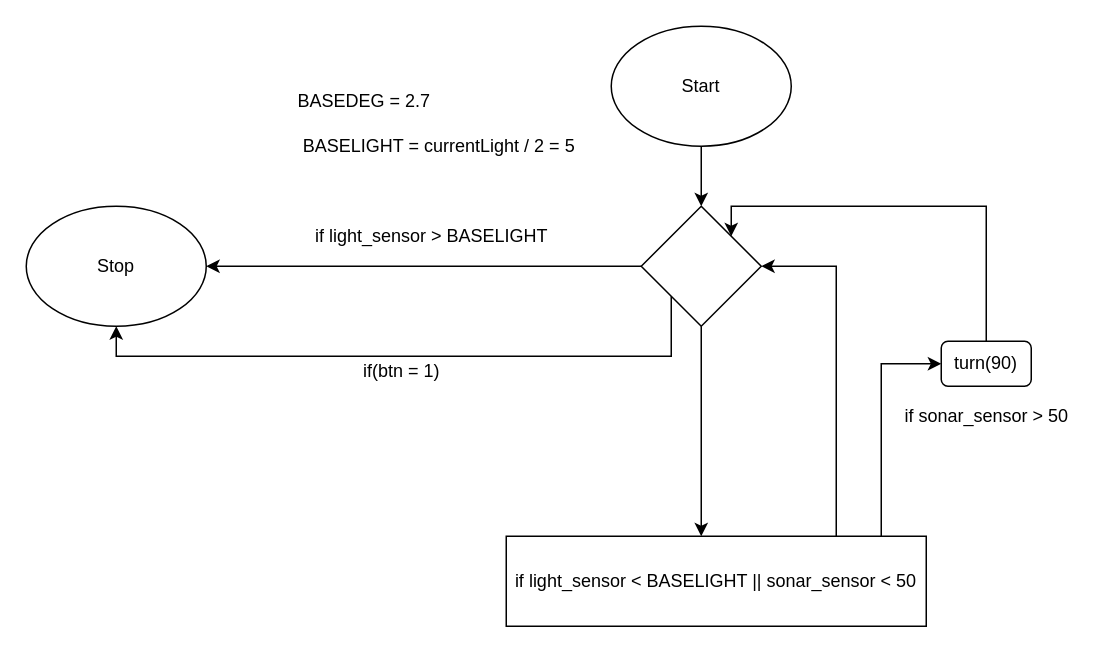
Davygod/ROBO2RG05AU-1 keeps this draw.io diagram as verkefni3/verkefni3.drawio. Above is the earlier version. Source tidied: cells renumbered, new cells numbered last; positions are measured from the earlier drawing's top-left corner, leaving out a move shared by most shapes. Both pictures are drawn from the tidied source at 150%, with x=0, y=0 at pixel (26, 26).
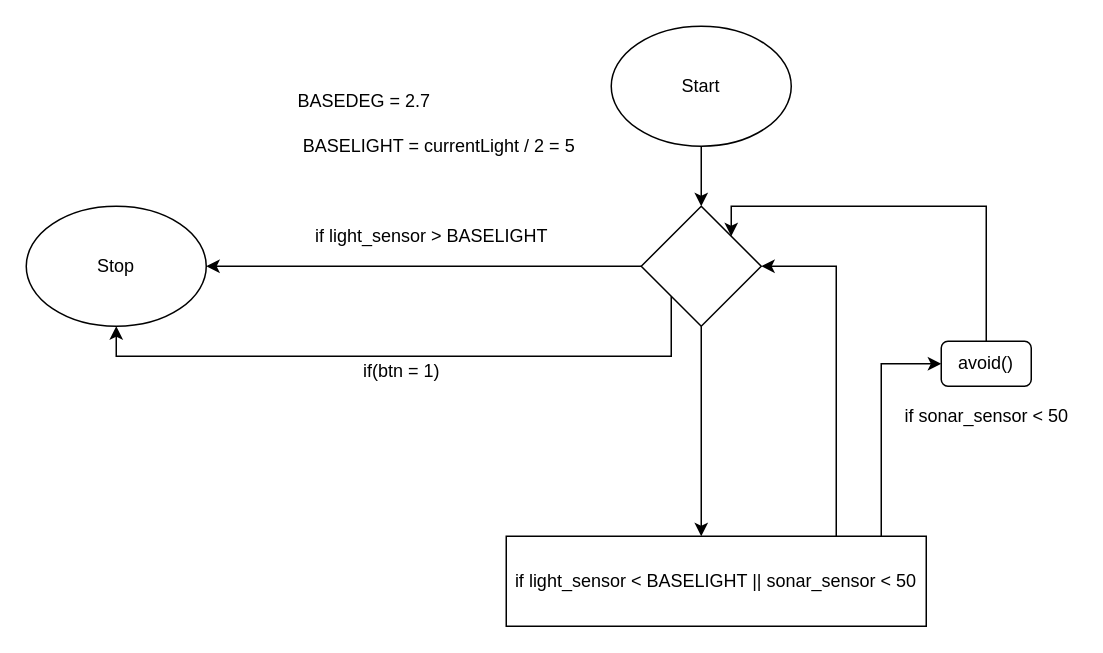
Above is the later version.

Diff of the diagram source:
```diff
@@
-    <mxCell id="15" value="if sonar_sensor &amp;gt; 50" style="text;html=1;align=center;verticalAlign=middle;strokeColor=none;fillColor=none;" parent="1" vertex="1">
+    <mxCell id="15" value="if sonar_sensor &amp;lt; 50" style="text;html=1;align=center;verticalAlign=middle;strokeColor=none;fillColor=none;" parent="1" vertex="1">
       <mxGeometry x="580" y="250" width="120" height="20" as="geometry" />
     </mxCell>
@@
-    <mxCell id="17" value="turn(90)" style="rounded=1;whiteSpace=wrap;html=1;" parent="1" vertex="1">
+    <mxCell id="17" value="avoid()" style="rounded=1;whiteSpace=wrap;html=1;" parent="1" vertex="1">
       <mxGeometry x="610" y="210" width="60" height="30" as="geometry" />
     </mxCell>
```
